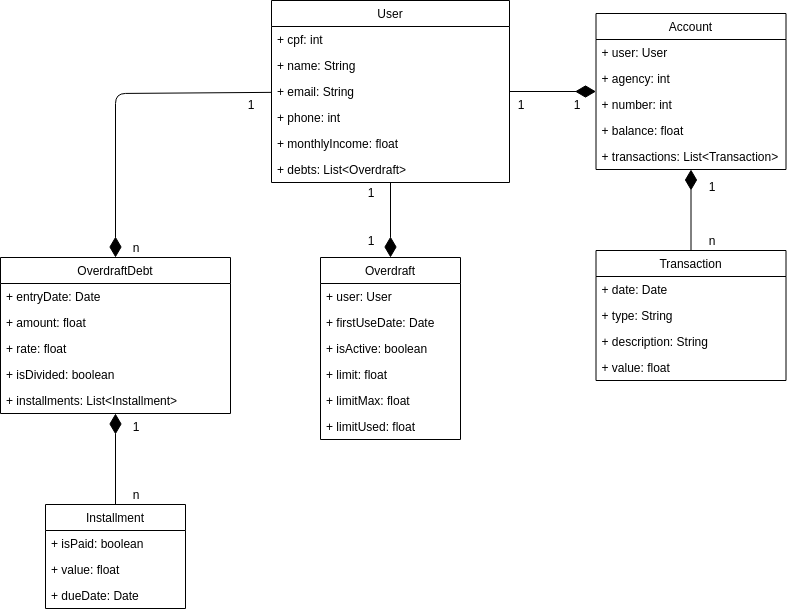
This is images/classes_diagram.png from fga-eps-mds/2019.2-Over26, a draw.io export, as it was before one commit. Source tidied: cells renumbered, new cells last; positions are measured from the earlier drawing's top-left corner, leaving out a move shared by most shapes. The source it was exported from:
```xml
<mxGraphModel>
  <root>
    <mxCell id="0" />
    <mxCell id="1" parent="0" />
    <mxCell id="2" value="User" style="swimlane;fontStyle=0;horizontal=1;startSize=26;fillColor=none;" parent="1" vertex="1">
      <mxGeometry x="271" width="238" height="182" as="geometry" />
    </mxCell>
    <mxCell id="3" value="+ cpf: int" style="text;strokeColor=none;fillColor=none;align=left;verticalAlign=top;spacingLeft=4;spacingRight=4;overflow=hidden;" parent="2" vertex="1">
      <mxGeometry y="26" width="238" height="26" as="geometry" />
    </mxCell>
    <mxCell id="4" value="+ name: String" style="text;strokeColor=none;fillColor=none;align=left;verticalAlign=top;spacingLeft=4;spacingRight=4;overflow=hidden;" parent="2" vertex="1">
      <mxGeometry y="52" width="238" height="26" as="geometry" />
    </mxCell>
    <mxCell id="5" value="+ email: String" style="text;strokeColor=none;fillColor=none;align=left;verticalAlign=top;spacingLeft=4;spacingRight=4;overflow=hidden;" parent="2" vertex="1">
      <mxGeometry y="78" width="238" height="26" as="geometry" />
    </mxCell>
    <mxCell id="6" value="+ phone: int" style="text;strokeColor=none;fillColor=none;align=left;verticalAlign=top;spacingLeft=4;spacingRight=4;overflow=hidden;" parent="2" vertex="1">
      <mxGeometry y="104" width="238" height="26" as="geometry" />
    </mxCell>
    <mxCell id="7" value="+ monthlyIncome: float" style="text;strokeColor=none;fillColor=none;align=left;verticalAlign=top;spacingLeft=4;spacingRight=4;overflow=hidden;" parent="2" vertex="1">
      <mxGeometry y="130" width="238" height="26" as="geometry" />
    </mxCell>
    <mxCell id="8" value="+ debts: List&lt;Overdraft&gt;" style="text;strokeColor=none;fillColor=none;align=left;verticalAlign=top;spacingLeft=4;spacingRight=4;overflow=hidden;" parent="2" vertex="1">
      <mxGeometry y="156" width="238" height="26" as="geometry" />
    </mxCell>
    <mxCell id="9" value="Overdraft" style="swimlane;fontStyle=0;horizontal=1;startSize=26;fillColor=none;" parent="1" vertex="1">
      <mxGeometry x="320" y="257" width="140" height="182" as="geometry" />
    </mxCell>
    <mxCell id="10" value="+ user: User" style="text;strokeColor=none;fillColor=none;align=left;verticalAlign=top;spacingLeft=4;spacingRight=4;overflow=hidden;" parent="9" vertex="1">
      <mxGeometry y="26" width="140" height="26" as="geometry" />
    </mxCell>
    <mxCell id="11" value="+ firstUseDate: Date" style="text;strokeColor=none;fillColor=none;align=left;verticalAlign=top;spacingLeft=4;spacingRight=4;overflow=hidden;" parent="9" vertex="1">
      <mxGeometry y="52" width="140" height="26" as="geometry" />
    </mxCell>
    <mxCell id="12" value="+ isActive: boolean" style="text;strokeColor=none;fillColor=none;align=left;verticalAlign=top;spacingLeft=4;spacingRight=4;overflow=hidden;" parent="9" vertex="1">
      <mxGeometry y="78" width="140" height="26" as="geometry" />
    </mxCell>
    <mxCell id="13" value="+ limit: float" style="text;strokeColor=none;fillColor=none;align=left;verticalAlign=top;spacingLeft=4;spacingRight=4;overflow=hidden;" parent="9" vertex="1">
      <mxGeometry y="104" width="140" height="26" as="geometry" />
    </mxCell>
    <mxCell id="14" value="+ limitMax: float" style="text;strokeColor=none;fillColor=none;align=left;verticalAlign=top;spacingLeft=4;spacingRight=4;overflow=hidden;" parent="9" vertex="1">
      <mxGeometry y="130" width="140" height="26" as="geometry" />
    </mxCell>
    <mxCell id="15" value="+ limitUsed: float" style="text;strokeColor=none;fillColor=none;align=left;verticalAlign=top;spacingLeft=4;spacingRight=4;overflow=hidden;" parent="9" vertex="1">
      <mxGeometry y="156" width="140" height="26" as="geometry" />
    </mxCell>
    <mxCell id="16" value="Account" style="swimlane;fontStyle=0;horizontal=1;startSize=26;fillColor=none;" parent="1" vertex="1">
      <mxGeometry x="595.5" y="13" width="190" height="156" as="geometry" />
    </mxCell>
    <mxCell id="17" value="+ user: User" style="text;strokeColor=none;fillColor=none;align=left;verticalAlign=top;spacingLeft=4;spacingRight=4;overflow=hidden;" parent="16" vertex="1">
      <mxGeometry y="26" width="190" height="26" as="geometry" />
    </mxCell>
    <mxCell id="18" value="+ agency: int" style="text;strokeColor=none;fillColor=none;align=left;verticalAlign=top;spacingLeft=4;spacingRight=4;overflow=hidden;" parent="16" vertex="1">
      <mxGeometry y="52" width="190" height="26" as="geometry" />
    </mxCell>
    <mxCell id="19" value="+ number: int" style="text;strokeColor=none;fillColor=none;align=left;verticalAlign=top;spacingLeft=4;spacingRight=4;overflow=hidden;" parent="16" vertex="1">
      <mxGeometry y="78" width="190" height="26" as="geometry" />
    </mxCell>
    <mxCell id="20" value="+ balance: float" style="text;strokeColor=none;fillColor=none;align=left;verticalAlign=top;spacingLeft=4;spacingRight=4;overflow=hidden;" parent="16" vertex="1">
      <mxGeometry y="104" width="190" height="26" as="geometry" />
    </mxCell>
    <mxCell id="21" value="+ transactions: List&lt;Transaction&gt;" style="text;strokeColor=none;fillColor=none;align=left;verticalAlign=top;spacingLeft=4;spacingRight=4;overflow=hidden;" parent="16" vertex="1">
      <mxGeometry y="130" width="190" height="26" as="geometry" />
    </mxCell>
    <mxCell id="22" value="OverdraftDebt" style="swimlane;fontStyle=0;horizontal=1;startSize=26;fillColor=none;" parent="1" vertex="1">
      <mxGeometry y="257" width="230" height="156" as="geometry" />
    </mxCell>
    <mxCell id="23" value="+ entryDate: Date" style="text;strokeColor=none;fillColor=none;align=left;verticalAlign=top;spacingLeft=4;spacingRight=4;overflow=hidden;" parent="22" vertex="1">
      <mxGeometry y="26" width="230" height="26" as="geometry" />
    </mxCell>
    <mxCell id="24" value="+ amount: float" style="text;strokeColor=none;fillColor=none;align=left;verticalAlign=top;spacingLeft=4;spacingRight=4;overflow=hidden;" parent="22" vertex="1">
      <mxGeometry y="52" width="230" height="26" as="geometry" />
    </mxCell>
    <mxCell id="25" value="+ rate: float" style="text;strokeColor=none;fillColor=none;align=left;verticalAlign=top;spacingLeft=4;spacingRight=4;overflow=hidden;" parent="22" vertex="1">
      <mxGeometry y="78" width="230" height="26" as="geometry" />
    </mxCell>
    <mxCell id="26" value="+ isDivided: boolean" style="text;strokeColor=none;fillColor=none;align=left;verticalAlign=top;spacingLeft=4;spacingRight=4;overflow=hidden;" parent="22" vertex="1">
      <mxGeometry y="104" width="230" height="26" as="geometry" />
    </mxCell>
    <mxCell id="27" value="+ installments: List&lt;Installment&gt;" style="text;strokeColor=none;fillColor=none;align=left;verticalAlign=top;spacingLeft=4;spacingRight=4;overflow=hidden;" parent="22" vertex="1">
      <mxGeometry y="130" width="230" height="26" as="geometry" />
    </mxCell>
    <mxCell id="28" value="Transaction" style="swimlane;fontStyle=0;horizontal=1;startSize=26;fillColor=none;" parent="1" vertex="1">
      <mxGeometry x="595.5" y="250" width="190" height="130" as="geometry" />
    </mxCell>
    <mxCell id="29" value="+ date: Date" style="text;strokeColor=none;fillColor=none;align=left;verticalAlign=top;spacingLeft=4;spacingRight=4;overflow=hidden;" parent="28" vertex="1">
      <mxGeometry y="26" width="190" height="26" as="geometry" />
    </mxCell>
    <mxCell id="30" value="+ type: String" style="text;strokeColor=none;fillColor=none;align=left;verticalAlign=top;spacingLeft=4;spacingRight=4;overflow=hidden;" parent="28" vertex="1">
      <mxGeometry y="52" width="190" height="26" as="geometry" />
    </mxCell>
    <mxCell id="31" value="+ description: String" style="text;strokeColor=none;fillColor=none;align=left;verticalAlign=top;spacingLeft=4;spacingRight=4;overflow=hidden;" parent="28" vertex="1">
      <mxGeometry y="78" width="190" height="26" as="geometry" />
    </mxCell>
    <mxCell id="32" value="+ value: float" style="text;strokeColor=none;fillColor=none;align=left;verticalAlign=top;spacingLeft=4;spacingRight=4;overflow=hidden;" parent="28" vertex="1">
      <mxGeometry y="104" width="190" height="26" as="geometry" />
    </mxCell>
    <mxCell id="33" style="endArrow=diamondThin;endFill=1;endSize=18;html=1;strokeWidth=1;exitX=0.5;exitY=0;exitDx=0;exitDy=0;" parent="1" edge="1" source="28" target="16">
      <mxGeometry relative="1" as="geometry" />
    </mxCell>
    <mxCell id="34" style="endArrow=diamondThin;endFill=1;endSize=18;html=1;strokeWidth=1;" parent="1" edge="1" source="2" target="16">
      <mxGeometry relative="1" as="geometry" />
    </mxCell>
    <mxCell id="35" value="n" style="text;html=1;strokeColor=none;fillColor=none;align=center;verticalAlign=middle;whiteSpace=wrap;rounded=0;" parent="1" vertex="1">
      <mxGeometry x="690.5" y="230" width="40" height="20" as="geometry" />
    </mxCell>
    <mxCell id="36" value="1" style="text;html=1;strokeColor=none;fillColor=none;align=center;verticalAlign=middle;whiteSpace=wrap;rounded=0;" parent="1" vertex="1">
      <mxGeometry x="500" y="94" width="40" height="20" as="geometry" />
    </mxCell>
    <mxCell id="37" value="1" style="text;html=1;strokeColor=none;fillColor=none;align=center;verticalAlign=middle;whiteSpace=wrap;rounded=0;" parent="1" vertex="1">
      <mxGeometry x="690.5" y="176" width="40" height="20" as="geometry" />
    </mxCell>
    <mxCell id="38" value="1" style="text;html=1;strokeColor=none;fillColor=none;align=center;verticalAlign=middle;whiteSpace=wrap;rounded=0;" parent="1" vertex="1">
      <mxGeometry x="555.5" y="94" width="40" height="20" as="geometry" />
    </mxCell>
    <mxCell id="39" style="endArrow=diamondThin;endFill=1;endSize=18;html=1;" parent="1" edge="1" source="2" target="9">
      <mxGeometry relative="1" as="geometry" />
    </mxCell>
    <mxCell id="40" value="1" style="text;html=1;strokeColor=none;fillColor=none;align=center;verticalAlign=middle;whiteSpace=wrap;rounded=0;" parent="1" vertex="1">
      <mxGeometry x="350" y="182" width="40" height="20" as="geometry" />
    </mxCell>
    <mxCell id="41" value="1" style="text;html=1;strokeColor=none;fillColor=none;align=center;verticalAlign=middle;whiteSpace=wrap;rounded=0;" parent="1" vertex="1">
      <mxGeometry x="350" y="230" width="40" height="20" as="geometry" />
    </mxCell>
    <mxCell id="42" style="endArrow=diamondThin;endFill=1;endSize=18;html=1;" parent="1" edge="1" source="2" target="22">
      <mxGeometry relative="1" as="geometry">
        <Array as="points">
          <mxPoint x="115" y="93" />
        </Array>
      </mxGeometry>
    </mxCell>
    <mxCell id="43" value="n" style="text;html=1;strokeColor=none;fillColor=none;align=center;verticalAlign=middle;whiteSpace=wrap;rounded=0;" parent="1" vertex="1">
      <mxGeometry x="115" y="237" width="40" height="20" as="geometry" />
    </mxCell>
    <mxCell id="44" value="1" style="text;html=1;strokeColor=none;fillColor=none;align=center;verticalAlign=middle;whiteSpace=wrap;rounded=0;" parent="1" vertex="1">
      <mxGeometry x="230" y="94" width="40" height="20" as="geometry" />
    </mxCell>
    <mxCell id="45" value="Installment" style="swimlane;fontStyle=0;horizontal=1;startSize=26;fillColor=none;" parent="1" vertex="1">
      <mxGeometry x="45" y="504" width="140" height="104" as="geometry" />
    </mxCell>
    <mxCell id="46" value="+ isPaid: boolean" style="text;strokeColor=none;fillColor=none;align=left;verticalAlign=top;spacingLeft=4;spacingRight=4;overflow=hidden;" parent="45" vertex="1">
      <mxGeometry y="26" width="140" height="26" as="geometry" />
    </mxCell>
    <mxCell id="47" value="+ value: float" style="text;strokeColor=none;fillColor=none;align=left;verticalAlign=top;spacingLeft=4;spacingRight=4;overflow=hidden;" parent="45" vertex="1">
      <mxGeometry y="52" width="140" height="26" as="geometry" />
    </mxCell>
    <mxCell id="48" value="+ dueDate: Date" style="text;strokeColor=none;fillColor=none;align=left;verticalAlign=top;spacingLeft=4;spacingRight=4;overflow=hidden;" parent="45" vertex="1">
      <mxGeometry y="78" width="140" height="26" as="geometry" />
    </mxCell>
    <mxCell id="49" style="endArrow=diamondThin;endFill=1;endSize=18;html=1;" parent="1" edge="1" source="45" target="22">
      <mxGeometry relative="1" as="geometry" />
    </mxCell>
    <mxCell id="50" value="1" style="text;html=1;strokeColor=none;fillColor=none;align=center;verticalAlign=middle;whiteSpace=wrap;rounded=0;" parent="1" vertex="1">
      <mxGeometry x="115" y="416" width="40" height="20" as="geometry" />
    </mxCell>
    <mxCell id="51" value="n" style="text;html=1;strokeColor=none;fillColor=none;align=center;verticalAlign=middle;whiteSpace=wrap;rounded=0;" parent="1" vertex="1">
      <mxGeometry x="115" y="484" width="40" height="20" as="geometry" />
    </mxCell>
  </root>
</mxGraphModel>
```
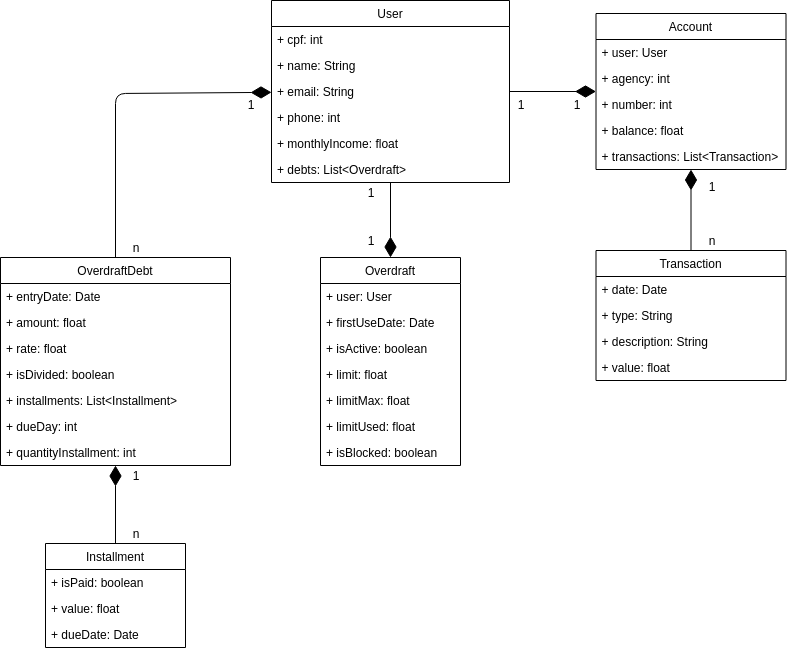
The same file after the commit.

Commit message:
Adding packages diagram.

The edit, as a diff of the source:
```diff
@@ -24,7 +24,7 @@
       <mxGeometry y="156" width="238" height="26" as="geometry" />
     </mxCell>
     <mxCell id="9" value="Overdraft" style="swimlane;fontStyle=0;horizontal=1;startSize=26;fillColor=none;" parent="1" vertex="1">
-      <mxGeometry x="320" y="257" width="140" height="182" as="geometry" />
+      <mxGeometry x="320" y="257" width="140" height="208" as="geometry" />
     </mxCell>
     <mxCell id="10" value="+ user: User" style="text;strokeColor=none;fillColor=none;align=left;verticalAlign=top;spacingLeft=4;spacingRight=4;overflow=hidden;" parent="9" vertex="1">
       <mxGeometry y="26" width="140" height="26" as="geometry" />
@@ -44,6 +44,9 @@
     <mxCell id="15" value="+ limitUsed: float" style="text;strokeColor=none;fillColor=none;align=left;verticalAlign=top;spacingLeft=4;spacingRight=4;overflow=hidden;" parent="9" vertex="1">
       <mxGeometry y="156" width="140" height="26" as="geometry" />
     </mxCell>
+    <mxCell id="52" value="+ isBlocked: boolean" style="text;strokeColor=none;fillColor=none;align=left;verticalAlign=top;spacingLeft=4;spacingRight=4;overflow=hidden;" parent="9" vertex="1">
+      <mxGeometry y="182" width="140" height="26" as="geometry" />
+    </mxCell>
     <mxCell id="16" value="Account" style="swimlane;fontStyle=0;horizontal=1;startSize=26;fillColor=none;" parent="1" vertex="1">
       <mxGeometry x="595.5" y="13" width="190" height="156" as="geometry" />
     </mxCell>
@@ -63,7 +66,7 @@
       <mxGeometry y="130" width="190" height="26" as="geometry" />
     </mxCell>
     <mxCell id="22" value="OverdraftDebt" style="swimlane;fontStyle=0;horizontal=1;startSize=26;fillColor=none;" parent="1" vertex="1">
-      <mxGeometry y="257" width="230" height="156" as="geometry" />
+      <mxGeometry y="257" width="230" height="208" as="geometry" />
     </mxCell>
     <mxCell id="23" value="+ entryDate: Date" style="text;strokeColor=none;fillColor=none;align=left;verticalAlign=top;spacingLeft=4;spacingRight=4;overflow=hidden;" parent="22" vertex="1">
       <mxGeometry y="26" width="230" height="26" as="geometry" />
@@ -80,6 +83,12 @@
     <mxCell id="27" value="+ installments: List&lt;Installment&gt;" style="text;strokeColor=none;fillColor=none;align=left;verticalAlign=top;spacingLeft=4;spacingRight=4;overflow=hidden;" parent="22" vertex="1">
       <mxGeometry y="130" width="230" height="26" as="geometry" />
     </mxCell>
+    <mxCell id="53" value="+ dueDay: int" style="text;strokeColor=none;fillColor=none;align=left;verticalAlign=top;spacingLeft=4;spacingRight=4;overflow=hidden;" parent="22" vertex="1">
+      <mxGeometry y="156" width="230" height="26" as="geometry" />
+    </mxCell>
+    <mxCell id="54" value="+ quantityInstallment: int" style="text;strokeColor=none;fillColor=none;align=left;verticalAlign=top;spacingLeft=4;spacingRight=4;overflow=hidden;" parent="22" vertex="1">
+      <mxGeometry y="182" width="230" height="26" as="geometry" />
+    </mxCell>
     <mxCell id="28" value="Transaction" style="swimlane;fontStyle=0;horizontal=1;startSize=26;fillColor=none;" parent="1" vertex="1">
       <mxGeometry x="595.5" y="250" width="190" height="130" as="geometry" />
     </mxCell>
@@ -122,7 +131,7 @@
     <mxCell id="41" value="1" style="text;html=1;strokeColor=none;fillColor=none;align=center;verticalAlign=middle;whiteSpace=wrap;rounded=0;" parent="1" vertex="1">
       <mxGeometry x="350" y="230" width="40" height="20" as="geometry" />
     </mxCell>
-    <mxCell id="42" style="endArrow=diamondThin;endFill=1;endSize=18;html=1;" parent="1" edge="1" source="2" target="22">
+    <mxCell id="42" style="endArrow=diamondThin;endFill=1;endSize=18;html=1;exitX=0.5;exitY=0;exitDx=0;exitDy=0;" parent="1" edge="1" source="22" target="2">
       <mxGeometry relative="1" as="geometry">
         <Array as="points">
           <mxPoint x="115" y="93" />
@@ -136,7 +145,7 @@
       <mxGeometry x="230" y="94" width="40" height="20" as="geometry" />
     </mxCell>
     <mxCell id="45" value="Installment" style="swimlane;fontStyle=0;horizontal=1;startSize=26;fillColor=none;" parent="1" vertex="1">
-      <mxGeometry x="45" y="504" width="140" height="104" as="geometry" />
+      <mxGeometry x="45" y="543" width="140" height="104" as="geometry" />
     </mxCell>
     <mxCell id="46" value="+ isPaid: boolean" style="text;strokeColor=none;fillColor=none;align=left;verticalAlign=top;spacingLeft=4;spacingRight=4;overflow=hidden;" parent="45" vertex="1">
       <mxGeometry y="26" width="140" height="26" as="geometry" />
@@ -151,10 +160,10 @@
       <mxGeometry relative="1" as="geometry" />
     </mxCell>
     <mxCell id="50" value="1" style="text;html=1;strokeColor=none;fillColor=none;align=center;verticalAlign=middle;whiteSpace=wrap;rounded=0;" parent="1" vertex="1">
-      <mxGeometry x="115" y="416" width="40" height="20" as="geometry" />
+      <mxGeometry x="115" y="465" width="40" height="20" as="geometry" />
     </mxCell>
     <mxCell id="51" value="n" style="text;html=1;strokeColor=none;fillColor=none;align=center;verticalAlign=middle;whiteSpace=wrap;rounded=0;" parent="1" vertex="1">
-      <mxGeometry x="115" y="484" width="40" height="20" as="geometry" />
+      <mxGeometry x="115" y="523" width="40" height="20" as="geometry" />
     </mxCell>
   </root>
 </mxGraphModel>
```
